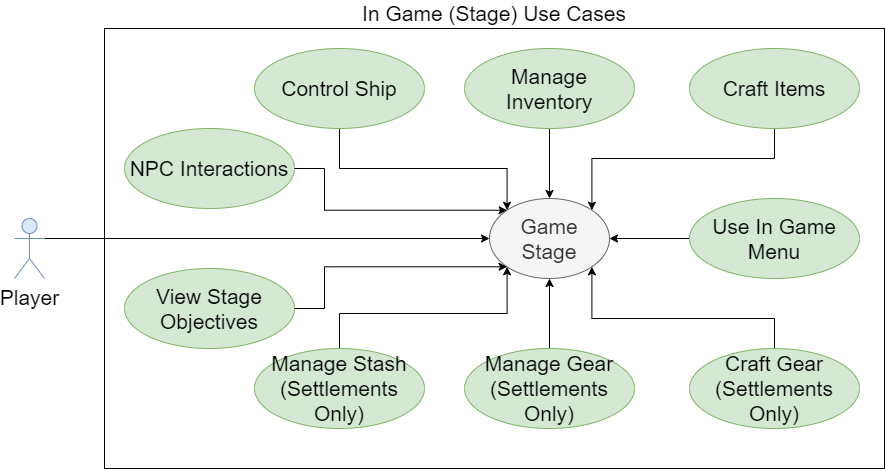
Above: docs/images/in_game_stage_use_cases.png in gaudeon/interstice_fall_of_atlas (draw.io), before the change. Source tidied: cells renumbered, new cells last; positions are measured from the earlier drawing's top-left corner, leaving out a move shared by most shapes.
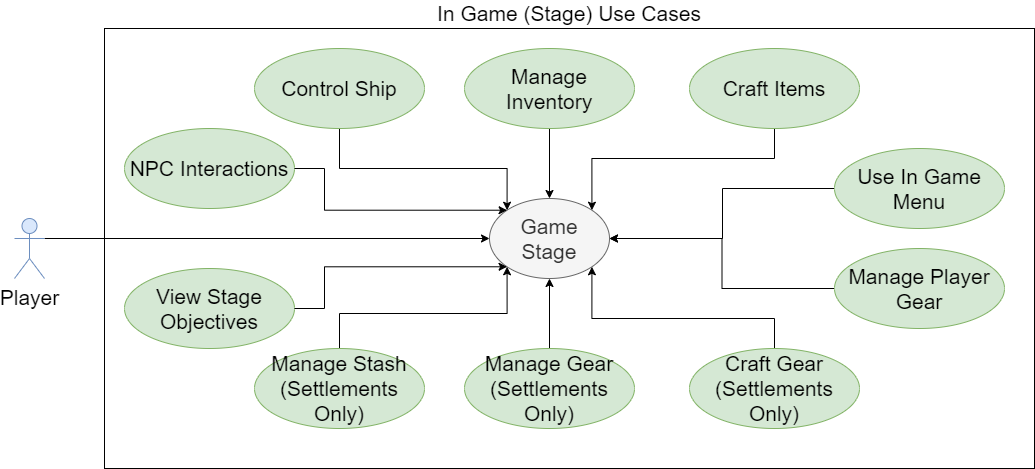
The same diagram one commit later.

Commit message:
added use case to in game stage use cases

The edit, as a diff of the source:
```diff
@@ -3,7 +3,7 @@
     <mxCell id="0" />
     <mxCell id="1" parent="0" />
     <mxCell id="2" value="In Game (Stage) Use Cases" style="rounded=0;whiteSpace=wrap;html=1;labelPosition=center;verticalLabelPosition=top;align=center;verticalAlign=bottom;fontSize=21;" parent="1" vertex="1">
-      <mxGeometry x="90" width="780" height="440" as="geometry" />
+      <mxGeometry x="90" width="930" height="440" as="geometry" />
     </mxCell>
     <mxCell id="3" style="edgeStyle=orthogonalEdgeStyle;rounded=0;jettySize=auto;html=1;exitX=1;exitY=0.3333333333333333;exitDx=0;exitDy=0;exitPerimeter=0;entryX=0;entryY=0.5;entryDx=0;entryDy=0;fontSize=21;" parent="1" edge="1" source="4" target="5">
       <mxGeometry relative="1" as="geometry" />
@@ -49,10 +49,15 @@
       <mxGeometry x="450" y="320" width="170" height="80" as="geometry" />
     </mxCell>
     <mxCell id="14" style="edgeStyle=orthogonalEdgeStyle;rounded=0;jettySize=auto;html=1;exitX=0;exitY=0.5;exitDx=0;exitDy=0;fontSize=21;entryX=1;entryY=0.5;entryDx=0;entryDy=0;" parent="1" edge="1" source="15" target="5">
-      <mxGeometry relative="1" as="geometry" />
+      <mxGeometry relative="1" as="geometry">
+        <Array as="points">
+          <mxPoint x="708" y="160" />
+          <mxPoint x="708" y="210" />
+        </Array>
+      </mxGeometry>
     </mxCell>
     <mxCell id="15" value="Use In Game Menu" style="ellipse;whiteSpace=wrap;html=1;fontSize=21;fillColor=#d5e8d4;strokeColor=#82b366;" parent="1" vertex="1">
-      <mxGeometry x="675" y="170" width="170" height="80" as="geometry" />
+      <mxGeometry x="820" y="120" width="170" height="80" as="geometry" />
     </mxCell>
     <mxCell id="16" style="edgeStyle=orthogonalEdgeStyle;rounded=0;jettySize=auto;html=1;exitX=0.5;exitY=1;exitDx=0;exitDy=0;entryX=0;entryY=0;entryDx=0;entryDy=0;fontSize=21;" parent="1" edge="1" source="17" target="5">
       <mxGeometry relative="1" as="geometry">
@@ -93,5 +98,11 @@
         </Array>
       </mxGeometry>
     </mxCell>
+    <mxCell id="24" style="rounded=0;jettySize=auto;html=1;exitX=0;exitY=0.5;exitDx=0;exitDy=0;fontSize=21;entryX=1;entryY=0.5;entryDx=0;entryDy=0;edgeStyle=orthogonalEdgeStyle;" parent="1" edge="1" source="25" target="5">
+      <mxGeometry relative="1" as="geometry" />
+    </mxCell>
+    <mxCell id="25" value="Manage Player Gear" style="ellipse;whiteSpace=wrap;html=1;fontSize=21;fillColor=#d5e8d4;strokeColor=#82b366;" parent="1" vertex="1">
+      <mxGeometry x="820" y="220" width="170" height="80" as="geometry" />
+    </mxCell>
   </root>
 </mxGraphModel>
```
